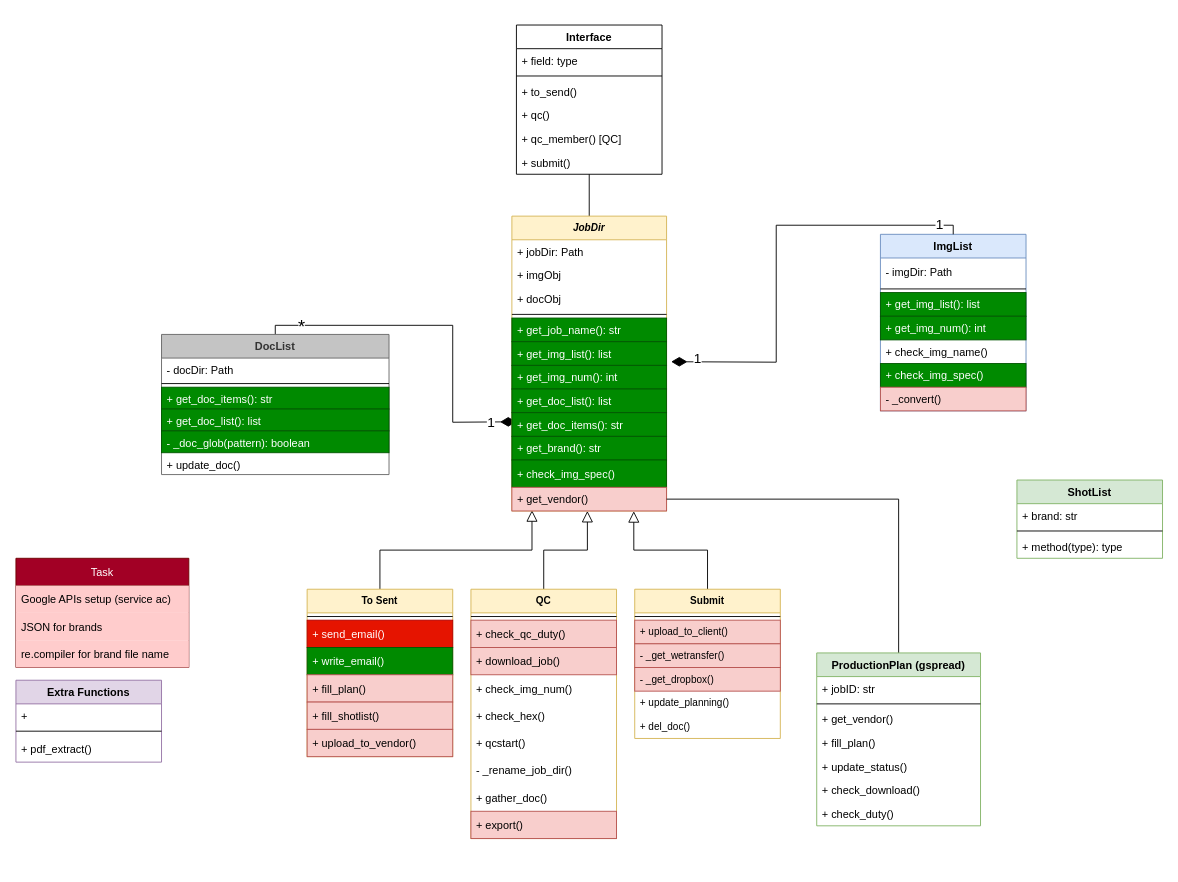
The draw.io diagram page "Class Diagram" (1 of 2) of IHS Class Diagram.drawio in pugtooone/pyhs, before the edit. Source tidied: cells renumbered, new cells numbered last; positions are measured from the earlier drawing's top-left corner, leaving out a move shared by most shapes. Both pictures are drawn from the tidied source at 91%, with x=0, y=0 at pixel (15, 25).
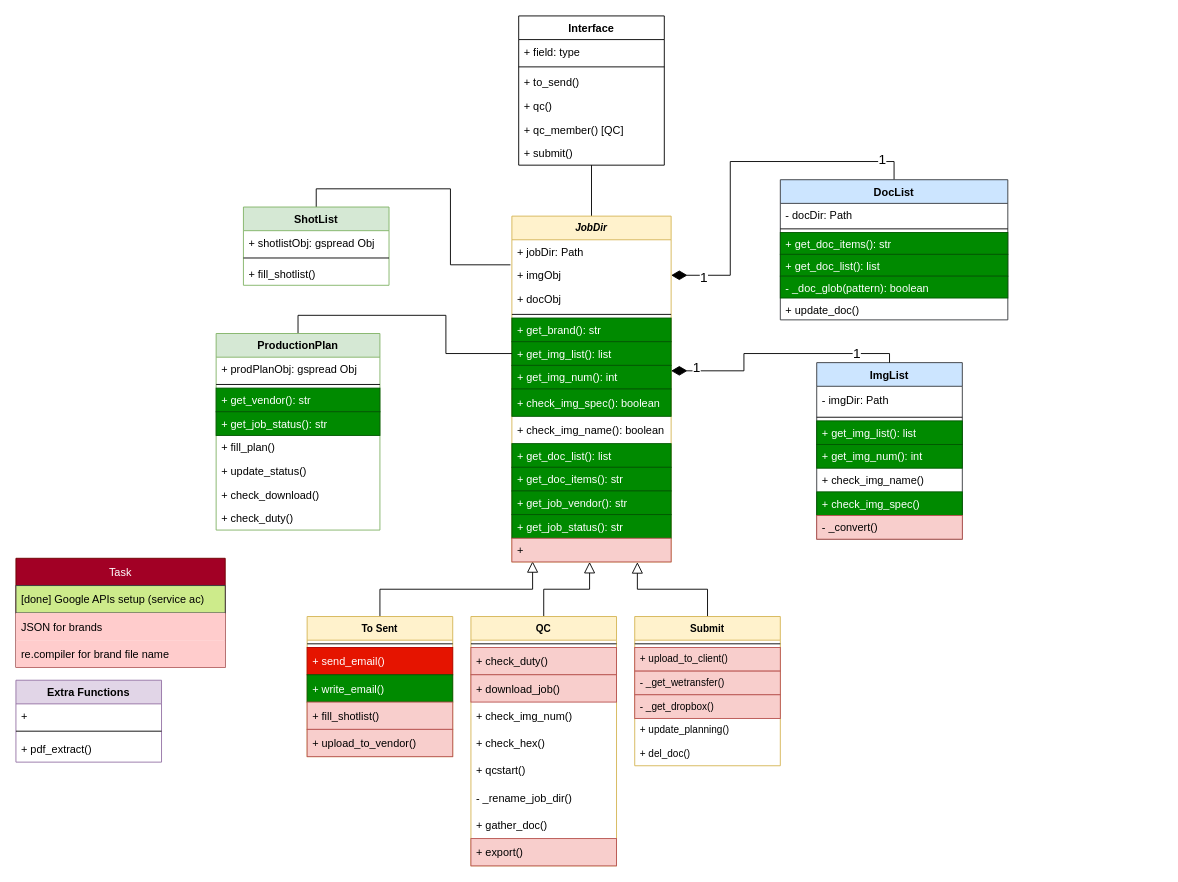
The same page after the edit.

Change to the diagram source:
```diff
@@
-    <mxCell id="2" style="endArrow=diamondThin;html=1;rounded=0;exitX=0.5;exitY=0;exitDx=0;exitDy=0;entryX=0;entryY=0.5;entryDx=0;entryDy=0;edgeStyle=orthogonalEdgeStyle;endFill=1;endSize=15;" parent="1" edge="1" source="5">
-      <mxGeometry relative="1" as="geometry">
-        <mxPoint x="550" y="436" as="targetPoint" />
-      </mxGeometry>
-    </mxCell>
-    <mxCell id="3" value="&lt;font style=&quot;font-size: 20px;&quot;&gt;*&lt;/font&gt;" style="edgeLabel;html=1;align=center;verticalAlign=middle;" parent="2" vertex="1">
-      <mxGeometry x="-0.71" relative="1" as="geometry">
-        <mxPoint x="-17" as="offset" />
-      </mxGeometry>
-    </mxCell>
-    <mxCell id="4" value="&lt;font style=&quot;font-size: 15px;&quot;&gt;1&lt;/font&gt;" style="edgeLabel;html=1;align=center;verticalAlign=middle;" parent="2" vertex="1">
-      <mxGeometry x="0.9" y="1" relative="1" as="geometry">
-        <mxPoint x="-9" as="offset" />
-      </mxGeometry>
-    </mxCell>
+    <mxCell id="92" style="edgeStyle=orthogonalEdgeStyle;rounded=0;jettySize=auto;html=1;exitX=0.5;exitY=0;exitDx=0;exitDy=0;entryX=1;entryY=0.5;entryDx=0;entryDy=0;fontSize=15;endArrow=diamondThin;endFill=1;strokeWidth=1;endSize=15;" parent="1" edge="1" source="5" target="42">
+      <mxGeometry relative="1" as="geometry" />
+    </mxCell>
+    <mxCell id="93" value="1" style="edgeLabel;html=1;align=center;verticalAlign=middle;fontSize=15;" parent="92" vertex="1">
+      <mxGeometry x="0.82" y="1" relative="1" as="geometry" />
+    </mxCell>
+    <mxCell id="94" value="1" style="edgeLabel;html=1;align=center;verticalAlign=middle;fontSize=15;" parent="92" vertex="1">
+      <mxGeometry x="-0.82" y="-4" relative="1" as="geometry">
+        <mxPoint x="1" as="offset" />
+      </mxGeometry>
+    </mxCell>
-    <mxCell id="5" value="DocList" style="swimlane;fontStyle=1;align=center;verticalAlign=top;horizontal=1;startSize=26;fillColor=#C4C4C4;strokeColor=#666666;fontColor=#333333;" parent="1" vertex="1">
-      <mxGeometry x="160" y="340" width="250" height="154" as="geometry" />
+    <mxCell id="5" value="DocList" style="swimlane;fontStyle=1;align=center;verticalAlign=top;horizontal=1;startSize=26;fillColor=#cce5ff;strokeColor=#36393d;" parent="1" vertex="1">
+      <mxGeometry x="840" y="170" width="250" height="154" as="geometry" />
     </mxCell>
@@
-    <mxCell id="12" value="ImgList" style="swimlane;fontStyle=1;align=center;verticalAlign=top;horizontal=1;startSize=26;fillColor=#dae8fc;strokeColor=#6c8ebf;" parent="1" vertex="1">
-      <mxGeometry x="950" y="230" width="160" height="194" as="geometry" />
+    <mxCell id="12" value="ImgList" style="swimlane;fontStyle=1;align=center;verticalAlign=top;horizontal=1;startSize=26;fillColor=#cce5ff;strokeColor=#36393d;" parent="1" vertex="1">
+      <mxGeometry x="880" y="371" width="160" height="194" as="geometry" />
     </mxCell>
@@
     <mxCell id="21" value="QC" style="swimlane;fontStyle=1;align=center;verticalAlign=top;horizontal=1;startSize=26;fontSize=11;fillColor=#fff2cc;strokeColor=#d6b656;" parent="1" vertex="1">
-      <mxGeometry x="500" y="620" width="160" height="274" as="geometry" />
+      <mxGeometry x="500" y="650" width="160" height="274" as="geometry" />
     </mxCell>
@@
-    <mxCell id="23" value="+ check_qc_duty()" style="text;strokeColor=#b85450;fillColor=#f8cecc;align=left;verticalAlign=middle;spacingLeft=4;spacingRight=4;overflow=hidden;" parent="21" vertex="1">
+    <mxCell id="23" value="+ check_duty()" style="text;strokeColor=#b85450;fillColor=#f8cecc;align=left;verticalAlign=middle;spacingLeft=4;spacingRight=4;overflow=hidden;" parent="21" vertex="1">
       <mxGeometry y="34" width="160" height="30" as="geometry" />
     </mxCell>
@@
     <mxCell id="32" value="To Sent" style="swimlane;fontStyle=1;align=center;verticalAlign=top;horizontal=1;startSize=26;fontSize=11;fillColor=#fff2cc;strokeColor=#d6b656;" parent="1" vertex="1">
-      <mxGeometry x="320" y="620" width="160" height="184" as="geometry" />
+      <mxGeometry x="320" y="650" width="160" height="154" as="geometry" />
     </mxCell>
@@
-    <mxCell id="36" value="+ fill_plan()" style="text;strokeColor=#b85450;fillColor=#f8cecc;align=left;verticalAlign=middle;spacingLeft=4;spacingRight=4;overflow=hidden;" parent="32" vertex="1">
-      <mxGeometry y="94" width="160" height="30" as="geometry" />
-    </mxCell>
     <mxCell id="37" value="+ fill_shotlist()" style="text;strokeColor=#b85450;fillColor=#f8cecc;align=left;verticalAlign=middle;spacingLeft=4;spacingRight=4;overflow=hidden;" parent="32" vertex="1">
-      <mxGeometry y="124" width="160" height="30" as="geometry" />
+      <mxGeometry y="94" width="160" height="30" as="geometry" />
     </mxCell>
     <mxCell id="38" value="+ upload_to_vendor()" style="text;strokeColor=#b85450;fillColor=#f8cecc;align=left;verticalAlign=middle;spacingLeft=4;spacingRight=4;overflow=hidden;" parent="32" vertex="1">
-      <mxGeometry y="154" width="160" height="30" as="geometry" />
+      <mxGeometry y="124" width="160" height="30" as="geometry" />
     </mxCell>
@@
     <mxCell id="40" value="JobDir" style="swimlane;fontStyle=3;align=center;verticalAlign=top;horizontal=1;startSize=26;fontSize=11;fillColor=#fff2cc;strokeColor=#d6b656;" parent="1" vertex="1">
-      <mxGeometry x="545" y="210" width="170" height="324" as="geometry" />
+      <mxGeometry x="545" y="210" width="175" height="380" as="geometry" />
     </mxCell>
     <mxCell id="41" value="+ jobDir: Path" style="text;strokeColor=none;fillColor=none;align=left;verticalAlign=top;spacingLeft=4;spacingRight=4;overflow=hidden;fontSize=12;" parent="40" vertex="1">
-      <mxGeometry y="26" width="170" height="26" as="geometry" />
+      <mxGeometry y="26" width="175" height="26" as="geometry" />
     </mxCell>
     <mxCell id="42" value="+ imgObj" style="text;strokeColor=none;fillColor=none;align=left;verticalAlign=top;spacingLeft=4;spacingRight=4;overflow=hidden;points=[[0,0.5],[1,0.5]];portConstraint=eastwest;fontSize=12;" parent="40" vertex="1">
-      <mxGeometry y="52" width="170" height="26" as="geometry" />
+      <mxGeometry y="52" width="175" height="26" as="geometry" />
     </mxCell>
     <mxCell id="43" value="+ docObj" style="text;strokeColor=none;fillColor=none;align=left;verticalAlign=top;spacingLeft=4;spacingRight=4;overflow=hidden;fontSize=12;" parent="40" vertex="1">
-      <mxGeometry y="78" width="170" height="26" as="geometry" />
+      <mxGeometry y="78" width="175" height="26" as="geometry" />
     </mxCell>
     <mxCell id="44" style="line;strokeWidth=1;fillColor=none;align=left;verticalAlign=middle;spacingTop=-1;spacingLeft=3;spacingRight=3;labelPosition=right;fontSize=11;" parent="40" vertex="1">
-      <mxGeometry y="104" width="170" height="8" as="geometry" />
+      <mxGeometry y="104" width="175" height="8" as="geometry" />
     </mxCell>
-    <mxCell id="45" value="+ get_job_name(): str" style="text;strokeColor=#005700;fillColor=#008a00;align=left;verticalAlign=top;spacingLeft=4;spacingRight=4;overflow=hidden;fontSize=12;fontColor=#ffffff;" parent="40" vertex="1">
-      <mxGeometry y="112" width="170" height="26" as="geometry" />
-    </mxCell>
+    <mxCell id="50" value="+ get_brand(): str" style="text;strokeColor=#005700;fillColor=#008a00;align=left;verticalAlign=top;spacingLeft=4;spacingRight=4;overflow=hidden;fontSize=12;fontColor=#ffffff;" parent="40" vertex="1">
+      <mxGeometry y="112" width="175" height="26" as="geometry" />
+    </mxCell>
     <mxCell id="46" value="+ get_img_list(): list" style="text;strokeColor=#005700;fillColor=#008a00;align=left;verticalAlign=top;spacingLeft=4;spacingRight=4;overflow=hidden;points=[[0,0.5],[1,0.5]];portConstraint=eastwest;fontSize=12;fontColor=#ffffff;" parent="40" vertex="1">
-      <mxGeometry y="138" width="170" height="26" as="geometry" />
+      <mxGeometry y="138" width="175" height="26" as="geometry" />
     </mxCell>
     <mxCell id="47" value="+ get_img_num(): int" style="text;strokeColor=#005700;fillColor=#008a00;align=left;verticalAlign=top;spacingLeft=4;spacingRight=4;overflow=hidden;points=[[0,0.5],[1,0.5]];portConstraint=eastwest;fontSize=12;fontColor=#ffffff;" parent="40" vertex="1">
-      <mxGeometry y="164" width="170" height="26" as="geometry" />
+      <mxGeometry y="164" width="175" height="26" as="geometry" />
     </mxCell>
+    <mxCell id="51" value="+ check_img_spec(): boolean" style="text;strokeColor=#005700;fillColor=#008a00;align=left;verticalAlign=middle;spacingLeft=4;spacingRight=4;overflow=hidden;fontColor=#ffffff;" parent="40" vertex="1">
+      <mxGeometry y="190" width="175" height="30" as="geometry" />
+    </mxCell>
+    <mxCell id="95" value="+ check_img_name(): boolean" style="text;align=left;verticalAlign=middle;spacingLeft=4;spacingRight=4;overflow=hidden;" parent="40" vertex="1">
+      <mxGeometry y="220" width="175" height="30" as="geometry" />
+    </mxCell>
     <mxCell id="48" value="+ get_doc_list(): list" style="text;strokeColor=#005700;fillColor=#008a00;align=left;verticalAlign=top;spacingLeft=4;spacingRight=4;overflow=hidden;fontSize=12;fontColor=#ffffff;" parent="40" vertex="1">
-      <mxGeometry y="190" width="170" height="26" as="geometry" />
+      <mxGeometry y="250" width="175" height="26" as="geometry" />
     </mxCell>
     <mxCell id="49" value="+ get_doc_items(): str" style="text;strokeColor=#005700;fillColor=#008a00;align=left;verticalAlign=top;spacingLeft=4;spacingRight=4;overflow=hidden;fontSize=12;fontColor=#ffffff;" parent="40" vertex="1">
-      <mxGeometry y="216" width="170" height="26" as="geometry" />
+      <mxGeometry y="276" width="175" height="26" as="geometry" />
     </mxCell>
-    <mxCell id="50" value="+ get_brand(): str" style="text;strokeColor=#005700;fillColor=#008a00;align=left;verticalAlign=top;spacingLeft=4;spacingRight=4;overflow=hidden;fontSize=12;fontColor=#ffffff;" parent="40" vertex="1">
-      <mxGeometry y="242" width="170" height="26" as="geometry" />
-    </mxCell>
-    <mxCell id="51" value="+ check_img_spec()" style="text;strokeColor=#005700;fillColor=#008a00;align=left;verticalAlign=middle;spacingLeft=4;spacingRight=4;overflow=hidden;fontColor=#ffffff;" parent="40" vertex="1">
-      <mxGeometry y="268" width="170" height="30" as="geometry" />
-    </mxCell>
+    <mxCell id="96" value="+ get_job_vendor(): str" style="text;strokeColor=#005700;fillColor=#008a00;align=left;verticalAlign=top;spacingLeft=4;spacingRight=4;overflow=hidden;fontSize=12;fontColor=#ffffff;" parent="40" vertex="1">
+      <mxGeometry y="302" width="175" height="26" as="geometry" />
+    </mxCell>
+    <mxCell id="97" value="+ get_job_status(): str" style="text;strokeColor=#005700;fillColor=#008a00;align=left;verticalAlign=top;spacingLeft=4;spacingRight=4;overflow=hidden;fontSize=12;fontColor=#ffffff;" parent="40" vertex="1">
+      <mxGeometry y="328" width="175" height="26" as="geometry" />
+    </mxCell>
-    <mxCell id="52" value="+ get_vendor()" style="text;strokeColor=#b85450;fillColor=#f8cecc;align=left;verticalAlign=top;spacingLeft=4;spacingRight=4;overflow=hidden;points=[[0,0.5],[1,0.5]];portConstraint=eastwest;fontSize=12;" parent="40" vertex="1">
-      <mxGeometry y="298" width="170" height="26" as="geometry" />
+    <mxCell id="52" value="+" style="text;strokeColor=#b85450;fillColor=#f8cecc;align=left;verticalAlign=top;spacingLeft=4;spacingRight=4;overflow=hidden;points=[[0,0.5],[1,0.5]];portConstraint=eastwest;fontSize=12;" parent="40" vertex="1">
+      <mxGeometry y="354" width="175" height="26" as="geometry" />
     </mxCell>
@@
     <mxCell id="54" value="Submit" style="swimlane;fontStyle=1;align=center;verticalAlign=top;horizontal=1;startSize=26;fontSize=11;fillColor=#fff2cc;strokeColor=#d6b656;" parent="1" vertex="1">
-      <mxGeometry x="680" y="620" width="160" height="164" as="geometry" />
+      <mxGeometry x="680" y="650" width="160" height="164" as="geometry" />
     </mxCell>
@@
     <mxCell id="61" value="Interface" style="swimlane;fontStyle=1;align=center;verticalAlign=top;horizontal=1;startSize=26;" parent="1" vertex="1">
-      <mxGeometry x="550" width="160" height="164" as="geometry" />
+      <mxGeometry x="552.5" y="-10" width="160" height="164" as="geometry" />
     </mxCell>
@@
-    <mxCell id="68" style="edgeStyle=orthogonalEdgeStyle;rounded=0;jettySize=auto;html=1;exitX=0.5;exitY=0;exitDx=0;exitDy=0;endArrow=none;endFill=0;entryX=1;entryY=0.5;entryDx=0;entryDy=0;" parent="1" edge="1" source="69" target="52">
-      <mxGeometry relative="1" as="geometry" />
-    </mxCell>
+    <mxCell id="98" style="edgeStyle=orthogonalEdgeStyle;rounded=0;jettySize=auto;html=1;exitX=0.5;exitY=0;exitDx=0;exitDy=0;entryX=0;entryY=0.5;entryDx=0;entryDy=0;fontSize=15;endArrow=none;endFill=0;endSize=15;strokeWidth=1;" parent="1" edge="1" source="69" target="46">
+      <mxGeometry relative="1" as="geometry" />
+    </mxCell>
-    <mxCell id="69" value="ProductionPlan (gspread)" style="swimlane;fontStyle=1;align=center;verticalAlign=top;horizontal=1;startSize=26;fillColor=#d5e8d4;strokeColor=#82b366;" parent="1" vertex="1">
-      <mxGeometry x="880" y="690" width="180" height="190" as="geometry" />
+    <mxCell id="69" value="ProductionPlan" style="swimlane;fontStyle=1;align=center;verticalAlign=top;horizontal=1;startSize=26;fillColor=#d5e8d4;strokeColor=#82b366;" parent="1" vertex="1">
+      <mxGeometry x="220" y="339" width="180" height="216" as="geometry" />
     </mxCell>
-    <mxCell id="70" value="+ jobID: str" style="text;strokeColor=none;fillColor=none;align=left;verticalAlign=top;spacingLeft=4;spacingRight=4;overflow=hidden;" parent="69" vertex="1">
+    <mxCell id="70" value="+ prodPlanObj: gspread Obj" style="text;strokeColor=none;fillColor=none;align=left;verticalAlign=top;spacingLeft=4;spacingRight=4;overflow=hidden;" parent="69" vertex="1">
       <mxGeometry y="26" width="180" height="26" as="geometry" />
     </mxCell>
@@
-    <mxCell id="72" value="+ get_vendor()" style="text;strokeColor=none;fillColor=none;align=left;verticalAlign=top;spacingLeft=4;spacingRight=4;overflow=hidden;" parent="69" vertex="1">
+    <mxCell id="72" value="+ get_vendor(): str&#10;" style="text;strokeColor=#005700;fillColor=#008a00;align=left;verticalAlign=top;spacingLeft=4;spacingRight=4;overflow=hidden;fontColor=#ffffff;" parent="69" vertex="1">
       <mxGeometry y="60" width="180" height="26" as="geometry" />
     </mxCell>
+    <mxCell id="99" value="+ get_job_status(): str&#10;" style="text;strokeColor=#005700;fillColor=#008a00;align=left;verticalAlign=top;spacingLeft=4;spacingRight=4;overflow=hidden;fontColor=#ffffff;" parent="69" vertex="1">
+      <mxGeometry y="86" width="180" height="26" as="geometry" />
+    </mxCell>
     <mxCell id="73" value="+ fill_plan()" style="text;strokeColor=none;fillColor=none;align=left;verticalAlign=top;spacingLeft=4;spacingRight=4;overflow=hidden;" parent="69" vertex="1">
-      <mxGeometry y="86" width="180" height="26" as="geometry" />
+      <mxGeometry y="112" width="180" height="26" as="geometry" />
     </mxCell>
     <mxCell id="74" value="+ update_status()" style="text;strokeColor=none;fillColor=none;align=left;verticalAlign=top;spacingLeft=4;spacingRight=4;overflow=hidden;" parent="69" vertex="1">
-      <mxGeometry y="112" width="180" height="26" as="geometry" />
+      <mxGeometry y="138" width="180" height="26" as="geometry" />
     </mxCell>
     <mxCell id="75" value="+ check_download()" style="text;strokeColor=none;fillColor=none;align=left;verticalAlign=top;spacingLeft=4;spacingRight=4;overflow=hidden;" parent="69" vertex="1">
-      <mxGeometry y="138" width="180" height="26" as="geometry" />
+      <mxGeometry y="164" width="180" height="26" as="geometry" />
     </mxCell>
     <mxCell id="76" value="+ check_duty()" style="text;strokeColor=none;fillColor=none;align=left;verticalAlign=top;spacingLeft=4;spacingRight=4;overflow=hidden;" parent="69" vertex="1">
-      <mxGeometry y="164" width="180" height="26" as="geometry" />
+      <mxGeometry y="190" width="180" height="26" as="geometry" />
     </mxCell>
-    <mxCell id="77" style="endArrow=diamondThin;html=1;rounded=0;exitX=0.5;exitY=0;exitDx=0;exitDy=0;edgeStyle=orthogonalEdgeStyle;endFill=1;endSize=15;" parent="1" edge="1" source="12">
-      <mxGeometry relative="1" as="geometry">
-        <mxPoint x="720" y="370" as="targetPoint" />
-      </mxGeometry>
+    <mxCell id="77" style="endArrow=diamondThin;html=1;rounded=0;exitX=0.5;exitY=0;exitDx=0;exitDy=0;edgeStyle=orthogonalEdgeStyle;endFill=1;endSize=15;entryX=1;entryY=0.231;entryDx=0;entryDy=0;entryPerimeter=0;" parent="1" edge="1" source="12" target="47">
+      <mxGeometry relative="1" as="geometry" />
     </mxCell>
     <mxCell id="78" value="&lt;font style=&quot;font-size: 15px;&quot;&gt;1&lt;/font&gt;" style="edgeLabel;html=1;align=center;verticalAlign=middle;" parent="77" vertex="1">
       <mxGeometry x="-0.71" relative="1" as="geometry">
-        <mxPoint x="42" y="-2" as="offset" />
+        <mxPoint x="-8" y="-2" as="offset" />
       </mxGeometry>
     </mxCell>
     <mxCell id="79" value="&lt;font style=&quot;font-size: 15px;&quot;&gt;1&lt;/font&gt;" style="edgeLabel;html=1;align=center;verticalAlign=middle;fontSize=20;" parent="77" vertex="1">
       <mxGeometry x="0.88" relative="1" as="geometry">
-        <mxPoint y="-7" as="offset" />
+        <mxPoint x="11" y="-7" as="offset" />
       </mxGeometry>
     </mxCell>
+    <mxCell id="100" style="edgeStyle=orthogonalEdgeStyle;rounded=0;jettySize=auto;html=1;exitX=0.5;exitY=0;exitDx=0;exitDy=0;entryX=-0.009;entryY=0.059;entryDx=0;entryDy=0;entryPerimeter=0;fontSize=15;endArrow=none;endFill=0;endSize=15;strokeWidth=1;" parent="1" edge="1" source="80" target="42">
+      <mxGeometry relative="1" as="geometry" />
+    </mxCell>
     <mxCell id="80" value="ShotList" style="swimlane;fontStyle=1;align=center;verticalAlign=top;horizontal=1;startSize=26;fontSize=12;fillColor=#d5e8d4;strokeColor=#82b366;" parent="1" vertex="1">
-      <mxGeometry x="1100" y="500" width="160" height="86" as="geometry" />
+      <mxGeometry x="250" y="200" width="160" height="86" as="geometry" />
     </mxCell>
-    <mxCell id="81" value="+ brand: str" style="text;strokeColor=none;fillColor=none;align=left;verticalAlign=top;spacingLeft=4;spacingRight=4;overflow=hidden;fontSize=12;" parent="80" vertex="1">
+    <mxCell id="81" value="+ shotlistObj: gspread Obj" style="text;strokeColor=none;fillColor=none;align=left;verticalAlign=top;spacingLeft=4;spacingRight=4;overflow=hidden;fontSize=12;" parent="80" vertex="1">
       <mxGeometry y="26" width="160" height="26" as="geometry" />
     </mxCell>
@@
-    <mxCell id="83" value="+ method(type): type" style="text;strokeColor=none;fillColor=none;align=left;verticalAlign=top;spacingLeft=4;spacingRight=4;overflow=hidden;fontSize=12;" parent="80" vertex="1">
+    <mxCell id="83" value="+ fill_shotlist()" style="text;strokeColor=none;fillColor=none;align=left;verticalAlign=top;spacingLeft=4;spacingRight=4;overflow=hidden;fontSize=12;" parent="80" vertex="1">
       <mxGeometry y="60" width="160" height="26" as="geometry" />
     </mxCell>
@@
     <mxCell id="88" value="Task" style="swimlane;fontStyle=0;horizontal=1;startSize=30;fillColor=#a20025;fontColor=#ffffff;strokeColor=#6F0000;" parent="1" vertex="1">
-      <mxGeometry y="586" width="190" height="120" as="geometry" />
+      <mxGeometry y="586" width="230" height="120" as="geometry" />
     </mxCell>
-    <mxCell id="89" value="Google APIs setup (service ac)" style="text;strokeColor=none;fillColor=#FFCCCC;align=left;verticalAlign=middle;spacingLeft=4;spacingRight=4;overflow=hidden;" parent="88" vertex="1">
-      <mxGeometry y="30" width="190" height="30" as="geometry" />
+    <mxCell id="89" value="[done] Google APIs setup (service ac)" style="text;strokeColor=#36393d;fillColor=#cdeb8b;align=left;verticalAlign=middle;spacingLeft=4;spacingRight=4;overflow=hidden;" parent="88" vertex="1">
+      <mxGeometry y="30" width="230" height="30" as="geometry" />
     </mxCell>
     <mxCell id="90" value="JSON for brands" style="text;strokeColor=none;fillColor=#FFCCCC;align=left;verticalAlign=middle;spacingLeft=4;spacingRight=4;overflow=hidden;" parent="88" vertex="1">
-      <mxGeometry y="60" width="190" height="30" as="geometry" />
+      <mxGeometry y="60" width="230" height="30" as="geometry" />
     </mxCell>
     <mxCell id="91" value="re.compiler for brand file name" style="text;strokeColor=none;fillColor=#FFCCCC;align=left;verticalAlign=middle;spacingLeft=4;spacingRight=4;overflow=hidden;" parent="88" vertex="1">
-      <mxGeometry y="90" width="190" height="30" as="geometry" />
+      <mxGeometry y="90" width="230" height="30" as="geometry" />
     </mxCell>
```
